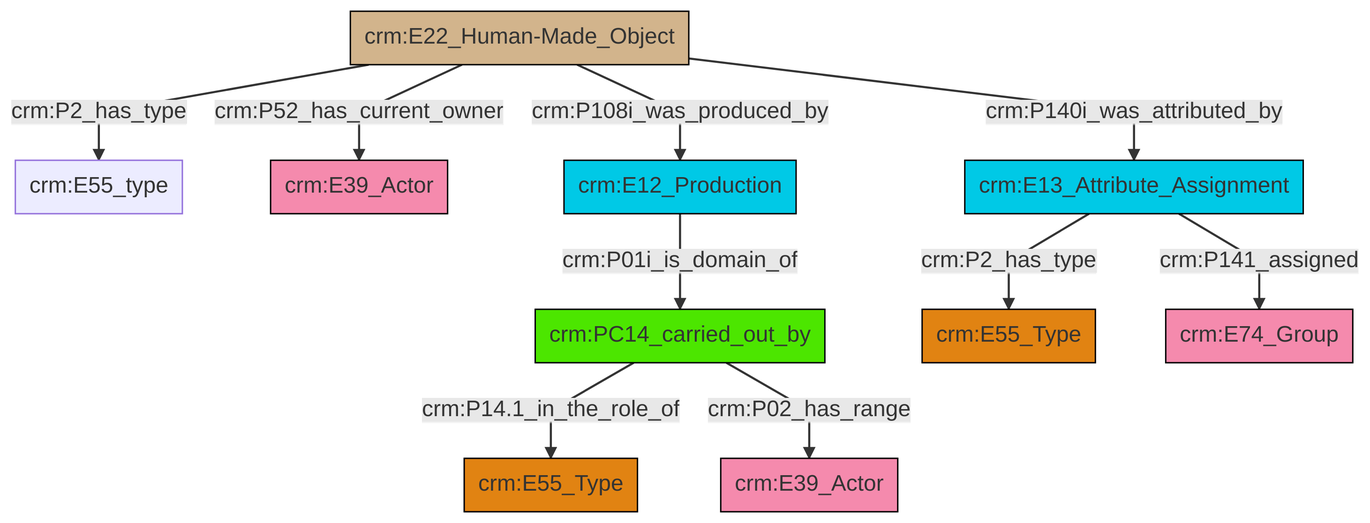
This is et/builtWorkCSV/ttl/mmd/png/Built_Work_actor_relations.png from swiss-art-research-net/reference-data-models, a Mermaid export, as it was before one commit. Its source is kept beside it as et/builtWorkCSV/ttl/mmd/Built_Work_actor_relations.ttl.mmd.
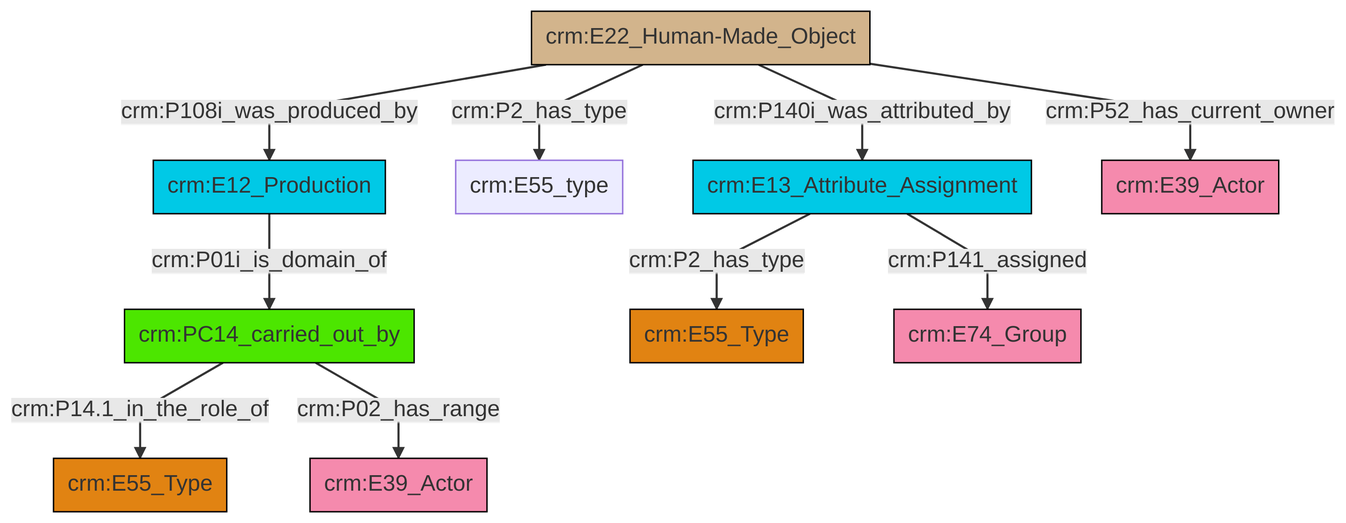
The same diagram one commit later.

Change to the diagram source:
```diff
@@ -13,12 +13,12 @@
 classDef PC_Classes fill:#4ce600, stroke:#000000;
 classDef Multi fill:#cccccc,stroke:#000000;
 
-6["crm:PC14_carried_out_by"]:::PC_Classes -->|crm:P14.1_in_the_role_of| 8["crm:E55_Type"]:::Type
-0["crm:E22_Human-Made_Object"]:::Physical_Thing -->|crm:P2_has_type| 9["crm:E55_type"]:::Default
-0["crm:E22_Human-Made_Object"]:::Physical_Thing -->|crm:P52_has_current_owner| 10["crm:E39_Actor"]:::Actor
-12["crm:E13_Attribute_Assignment"]:::Temporal_Entity -->|crm:P2_has_type| 2["crm:E55_Type"]:::Type
-4["crm:E12_Production"]:::Temporal_Entity -->|crm:P01i_is_domain_of| 6["crm:PC14_carried_out_by"]:::PC_Classes
-6["crm:PC14_carried_out_by"]:::PC_Classes -->|crm:P02_has_range| 16["crm:E39_Actor"]:::Actor
-12["crm:E13_Attribute_Assignment"]:::Temporal_Entity -->|crm:P141_assigned| 13["crm:E74_Group"]:::Actor
-0["crm:E22_Human-Made_Object"]:::Physical_Thing -->|crm:P108i_was_produced_by| 4["crm:E12_Production"]:::Temporal_Entity
-0["crm:E22_Human-Made_Object"]:::Physical_Thing -->|crm:P140i_was_attributed_by| 12["crm:E13_Attribute_Assignment"]:::Temporal_Entity
+0["crm:E22_Human-Made_Object"]:::Physical_Thing -->|crm:P108i_was_produced_by| 2["crm:E12_Production"]:::Temporal_Entity
+5["crm:E13_Attribute_Assignment"]:::Temporal_Entity -->|crm:P2_has_type| 3["crm:E55_Type"]:::Type
+8["crm:PC14_carried_out_by"]:::PC_Classes -->|crm:P14.1_in_the_role_of| 9["crm:E55_Type"]:::Type
+8["crm:PC14_carried_out_by"]:::PC_Classes -->|crm:P02_has_range| 6["crm:E39_Actor"]:::Actor
+0["crm:E22_Human-Made_Object"]:::Physical_Thing -->|crm:P2_has_type| 10["crm:E55_type"]:::Default
+5["crm:E13_Attribute_Assignment"]:::Temporal_Entity -->|crm:P141_assigned| 12["crm:E74_Group"]:::Actor
+0["crm:E22_Human-Made_Object"]:::Physical_Thing -->|crm:P140i_was_attributed_by| 5["crm:E13_Attribute_Assignment"]:::Temporal_Entity
+0["crm:E22_Human-Made_Object"]:::Physical_Thing -->|crm:P52_has_current_owner| 13["crm:E39_Actor"]:::Actor
+2["crm:E12_Production"]:::Temporal_Entity -->|crm:P01i_is_domain_of| 8["crm:PC14_carried_out_by"]:::PC_Classes
```
